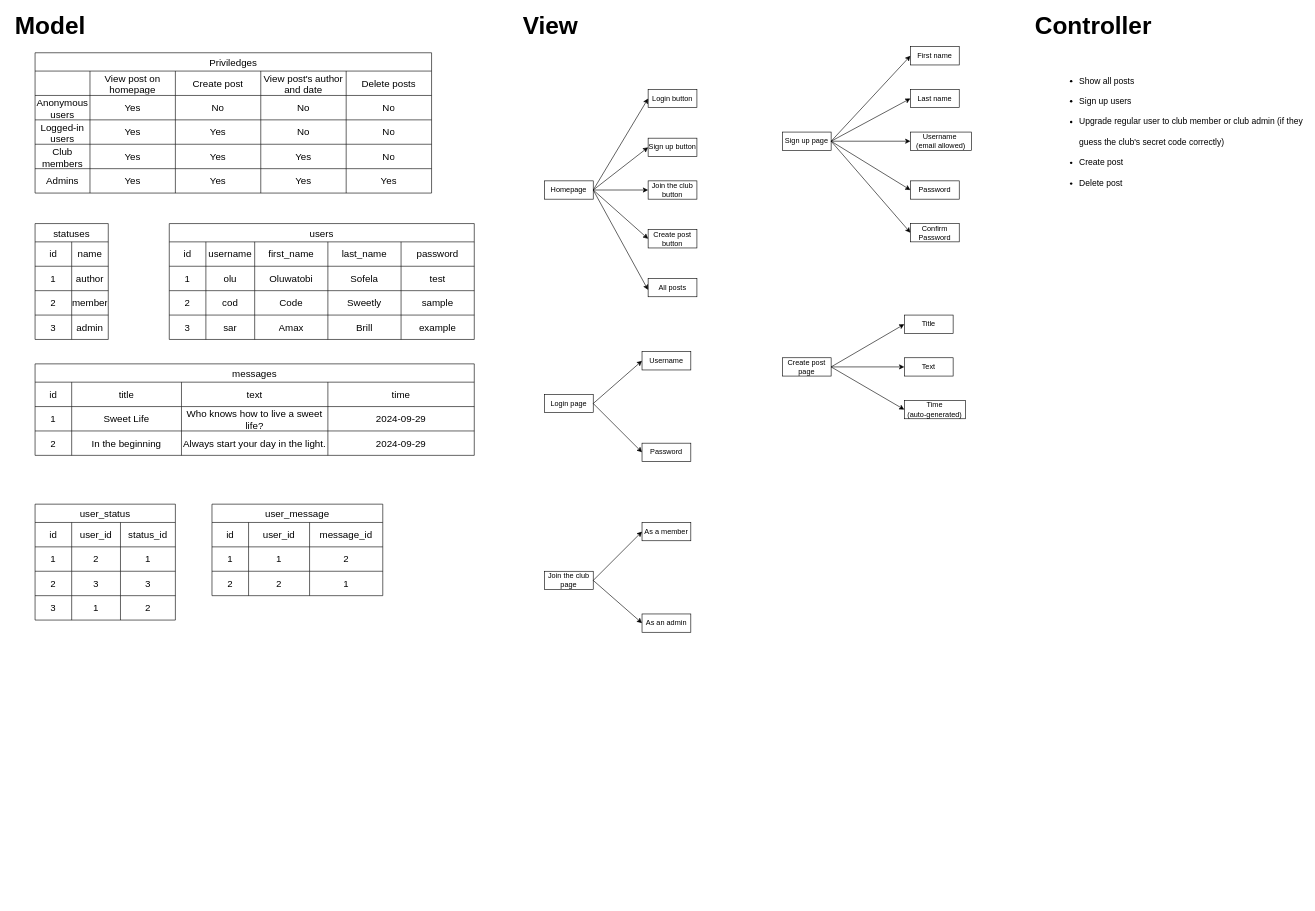
Above: models/wireframe.drawio in oluwatobiss/clubhouse-chats (draw.io), before the change. Source tidied: cells renumbered, new cells numbered last; positions are measured from the earlier drawing's top-left corner, leaving out a move shared by most shapes. Both pictures are drawn from the tidied source at 61%, with x=0, y=0 at pixel (10, 16).
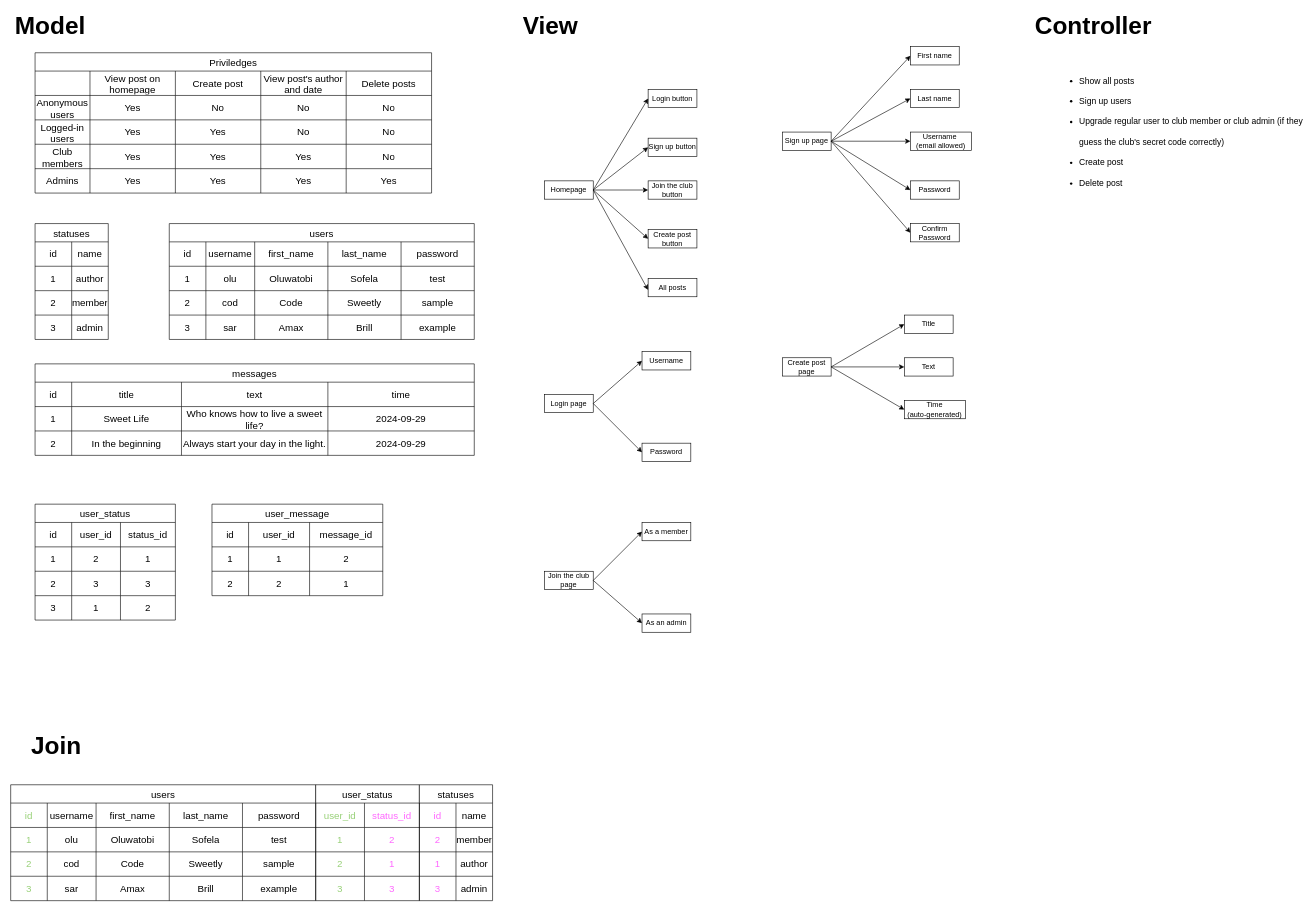
Above is the later version.

Commit message (it also covers changes not shown here):
feat: Use status to determine the nav buttons to display

Change to the diagram source:
```diff
@@
+    <mxCell id="160" value="users" style="shape=table;startSize=30;childLayout=tableLayout;strokeColor=default;fontSize=16;" parent="1" vertex="1">
+      <mxGeometry y="1260" width="500" height="190" as="geometry" />
+    </mxCell>
+    <mxCell id="161" style="shape=tableRow;horizontal=0;startSize=0;swimlaneHead=0;swimlaneBody=0;strokeColor=inherit;top=0;left=0;bottom=0;right=0;fillColor=none;fontSize=16;" parent="160" vertex="1">
+      <mxGeometry y="30" width="500" height="40" as="geometry" />
+    </mxCell>
+    <mxCell id="162" value="id" style="shape=partialRectangle;html=1;whiteSpace=wrap;strokeColor=inherit;overflow=hidden;fillColor=none;top=0;left=0;bottom=0;right=0;fontSize=16;fontColor=#97D077;" parent="161" vertex="1">
+      <mxGeometry width="60" height="40" as="geometry" />
+    </mxCell>
+    <mxCell id="163" value="username" style="shape=partialRectangle;html=1;whiteSpace=wrap;strokeColor=inherit;overflow=hidden;fillColor=none;top=0;left=0;bottom=0;right=0;fontSize=16;" parent="161" vertex="1">
+      <mxGeometry x="60" width="80" height="40" as="geometry" />
+    </mxCell>
+    <mxCell id="164" value="first_name" style="shape=partialRectangle;html=1;whiteSpace=wrap;strokeColor=inherit;overflow=hidden;fillColor=none;top=0;left=0;bottom=0;right=0;fontSize=16;" parent="161" vertex="1">
+      <mxGeometry x="140" width="120" height="40" as="geometry" />
+    </mxCell>
+    <mxCell id="165" value="last_name" style="shape=partialRectangle;html=1;whiteSpace=wrap;strokeColor=inherit;overflow=hidden;fillColor=none;top=0;left=0;bottom=0;right=0;fontSize=16;" parent="161" vertex="1">
+      <mxGeometry x="260" width="120" height="40" as="geometry" />
+    </mxCell>
+    <mxCell id="166" value="password" style="shape=partialRectangle;html=1;whiteSpace=wrap;strokeColor=inherit;overflow=hidden;fillColor=none;top=0;left=0;bottom=0;right=0;fontSize=16;" parent="161" vertex="1">
+      <mxGeometry x="380" width="120" height="40" as="geometry" />
+    </mxCell>
+    <mxCell id="167" style="shape=tableRow;horizontal=0;startSize=0;swimlaneHead=0;swimlaneBody=0;strokeColor=inherit;top=0;left=0;bottom=0;right=0;fillColor=none;fontSize=16;" parent="160" vertex="1">
+      <mxGeometry y="70" width="500" height="40" as="geometry" />
+    </mxCell>
+    <mxCell id="168" value="1" style="shape=partialRectangle;html=1;whiteSpace=wrap;strokeColor=inherit;overflow=hidden;fillColor=none;top=0;left=0;bottom=0;right=0;fontSize=16;fontColor=#97D077;" parent="167" vertex="1">
+      <mxGeometry width="60" height="40" as="geometry" />
+    </mxCell>
+    <mxCell id="169" value="olu" style="shape=partialRectangle;html=1;whiteSpace=wrap;strokeColor=inherit;overflow=hidden;fillColor=none;top=0;left=0;bottom=0;right=0;fontSize=16;" parent="167" vertex="1">
+      <mxGeometry x="60" width="80" height="40" as="geometry" />
+    </mxCell>
+    <mxCell id="170" value="Oluwatobi" style="shape=partialRectangle;html=1;whiteSpace=wrap;strokeColor=inherit;overflow=hidden;fillColor=none;top=0;left=0;bottom=0;right=0;fontSize=16;" parent="167" vertex="1">
+      <mxGeometry x="140" width="120" height="40" as="geometry" />
+    </mxCell>
+    <mxCell id="171" value="Sofela" style="shape=partialRectangle;html=1;whiteSpace=wrap;strokeColor=inherit;overflow=hidden;fillColor=none;top=0;left=0;bottom=0;right=0;fontSize=16;" parent="167" vertex="1">
+      <mxGeometry x="260" width="120" height="40" as="geometry" />
+    </mxCell>
+    <mxCell id="172" value="test" style="shape=partialRectangle;html=1;whiteSpace=wrap;strokeColor=inherit;overflow=hidden;fillColor=none;top=0;left=0;bottom=0;right=0;fontSize=16;" parent="167" vertex="1">
+      <mxGeometry x="380" width="120" height="40" as="geometry" />
+    </mxCell>
+    <mxCell id="173" style="shape=tableRow;horizontal=0;startSize=0;swimlaneHead=0;swimlaneBody=0;strokeColor=inherit;top=0;left=0;bottom=0;right=0;fillColor=none;fontSize=16;" parent="160" vertex="1">
+      <mxGeometry y="110" width="500" height="40" as="geometry" />
+    </mxCell>
+    <mxCell id="174" value="2" style="shape=partialRectangle;html=1;whiteSpace=wrap;strokeColor=inherit;overflow=hidden;fillColor=none;top=0;left=0;bottom=0;right=0;fontSize=16;fontColor=#97D077;" parent="173" vertex="1">
+      <mxGeometry width="60" height="40" as="geometry" />
+    </mxCell>
+    <mxCell id="175" value="cod" style="shape=partialRectangle;html=1;whiteSpace=wrap;strokeColor=inherit;overflow=hidden;fillColor=none;top=0;left=0;bottom=0;right=0;fontSize=16;" parent="173" vertex="1">
+      <mxGeometry x="60" width="80" height="40" as="geometry" />
+    </mxCell>
+    <mxCell id="176" value="Code" style="shape=partialRectangle;html=1;whiteSpace=wrap;strokeColor=inherit;overflow=hidden;fillColor=none;top=0;left=0;bottom=0;right=0;fontSize=16;" parent="173" vertex="1">
+      <mxGeometry x="140" width="120" height="40" as="geometry" />
+    </mxCell>
+    <mxCell id="177" value="Sweetly" style="shape=partialRectangle;html=1;whiteSpace=wrap;strokeColor=inherit;overflow=hidden;fillColor=none;top=0;left=0;bottom=0;right=0;fontSize=16;" parent="173" vertex="1">
+      <mxGeometry x="260" width="120" height="40" as="geometry" />
+    </mxCell>
+    <mxCell id="178" value="sample" style="shape=partialRectangle;html=1;whiteSpace=wrap;strokeColor=inherit;overflow=hidden;fillColor=none;top=0;left=0;bottom=0;right=0;fontSize=16;" parent="173" vertex="1">
+      <mxGeometry x="380" width="120" height="40" as="geometry" />
+    </mxCell>
+    <mxCell id="179" style="shape=tableRow;horizontal=0;startSize=0;swimlaneHead=0;swimlaneBody=0;strokeColor=inherit;top=0;left=0;bottom=0;right=0;fillColor=none;fontSize=16;" parent="160" vertex="1">
+      <mxGeometry y="150" width="500" height="40" as="geometry" />
+    </mxCell>
+    <mxCell id="180" value="3" style="shape=partialRectangle;html=1;whiteSpace=wrap;strokeColor=inherit;overflow=hidden;fillColor=none;top=0;left=0;bottom=0;right=0;fontSize=16;fontColor=#97D077;" parent="179" vertex="1">
+      <mxGeometry width="60" height="40" as="geometry" />
+    </mxCell>
+    <mxCell id="181" value="sar" style="shape=partialRectangle;html=1;whiteSpace=wrap;strokeColor=inherit;overflow=hidden;fillColor=none;top=0;left=0;bottom=0;right=0;fontSize=16;" parent="179" vertex="1">
+      <mxGeometry x="60" width="80" height="40" as="geometry" />
+    </mxCell>
+    <mxCell id="182" value="Amax" style="shape=partialRectangle;html=1;whiteSpace=wrap;strokeColor=inherit;overflow=hidden;fillColor=none;top=0;left=0;bottom=0;right=0;fontSize=16;" parent="179" vertex="1">
+      <mxGeometry x="140" width="120" height="40" as="geometry" />
+    </mxCell>
+    <mxCell id="183" value="Brill" style="shape=partialRectangle;html=1;whiteSpace=wrap;strokeColor=inherit;overflow=hidden;fillColor=none;top=0;left=0;bottom=0;right=0;fontSize=16;" parent="179" vertex="1">
+      <mxGeometry x="260" width="120" height="40" as="geometry" />
+    </mxCell>
+    <mxCell id="184" value="example" style="shape=partialRectangle;html=1;whiteSpace=wrap;strokeColor=inherit;overflow=hidden;fillColor=none;top=0;left=0;bottom=0;right=0;fontSize=16;" parent="179" vertex="1">
+      <mxGeometry x="380" width="120" height="40" as="geometry" />
+    </mxCell>
+    <mxCell id="185" value="user_status" style="shape=table;startSize=30;childLayout=tableLayout;strokeColor=default;fontSize=16;" parent="1" vertex="1">
+      <mxGeometry x="500" y="1260" width="170" height="190" as="geometry" />
+    </mxCell>
+    <mxCell id="186" style="shape=tableRow;horizontal=0;startSize=0;swimlaneHead=0;swimlaneBody=0;strokeColor=inherit;top=0;left=0;bottom=0;right=0;fillColor=none;fontSize=16;" parent="185" vertex="1">
+      <mxGeometry y="30" width="170" height="40" as="geometry" />
+    </mxCell>
+    <mxCell id="187" value="user_id" style="shape=partialRectangle;html=1;whiteSpace=wrap;strokeColor=inherit;overflow=hidden;fillColor=none;top=0;left=0;bottom=0;right=0;fontSize=16;fontColor=#97D077;" parent="186" vertex="1">
+      <mxGeometry width="80" height="40" as="geometry" />
+    </mxCell>
+    <mxCell id="188" value="status_id" style="shape=partialRectangle;html=1;whiteSpace=wrap;strokeColor=inherit;overflow=hidden;fillColor=none;top=0;left=0;bottom=0;right=0;fontSize=16;fontColor=#FF66FF;" parent="186" vertex="1">
+      <mxGeometry x="80" width="90" height="40" as="geometry" />
+    </mxCell>
+    <mxCell id="189" style="shape=tableRow;horizontal=0;startSize=0;swimlaneHead=0;swimlaneBody=0;strokeColor=inherit;top=0;left=0;bottom=0;right=0;fillColor=none;fontSize=16;" parent="185" vertex="1">
+      <mxGeometry y="70" width="170" height="40" as="geometry" />
+    </mxCell>
+    <mxCell id="190" value="1" style="shape=partialRectangle;html=1;whiteSpace=wrap;strokeColor=inherit;overflow=hidden;fillColor=none;top=0;left=0;bottom=0;right=0;fontSize=16;fontColor=#97D077;" parent="189" vertex="1">
+      <mxGeometry width="80" height="40" as="geometry" />
+    </mxCell>
+    <mxCell id="191" value="2" style="shape=partialRectangle;html=1;whiteSpace=wrap;strokeColor=inherit;overflow=hidden;fillColor=none;top=0;left=0;bottom=0;right=0;fontSize=16;fontColor=#FF66FF;" parent="189" vertex="1">
+      <mxGeometry x="80" width="90" height="40" as="geometry" />
+    </mxCell>
+    <mxCell id="192" style="shape=tableRow;horizontal=0;startSize=0;swimlaneHead=0;swimlaneBody=0;strokeColor=inherit;top=0;left=0;bottom=0;right=0;fillColor=none;fontSize=16;" parent="185" vertex="1">
+      <mxGeometry y="110" width="170" height="40" as="geometry" />
+    </mxCell>
+    <mxCell id="193" value="2" style="shape=partialRectangle;html=1;whiteSpace=wrap;strokeColor=inherit;overflow=hidden;fillColor=none;top=0;left=0;bottom=0;right=0;fontSize=16;fontColor=#97D077;" parent="192" vertex="1">
+      <mxGeometry width="80" height="40" as="geometry" />
+    </mxCell>
+    <mxCell id="194" value="1" style="shape=partialRectangle;html=1;whiteSpace=wrap;strokeColor=inherit;overflow=hidden;fillColor=none;top=0;left=0;bottom=0;right=0;fontSize=16;fontColor=#FF66FF;" parent="192" vertex="1">
+      <mxGeometry x="80" width="90" height="40" as="geometry" />
+    </mxCell>
+    <mxCell id="195" style="shape=tableRow;horizontal=0;startSize=0;swimlaneHead=0;swimlaneBody=0;strokeColor=inherit;top=0;left=0;bottom=0;right=0;fillColor=none;fontSize=16;" parent="185" vertex="1">
+      <mxGeometry y="150" width="170" height="40" as="geometry" />
+    </mxCell>
+    <mxCell id="196" value="3" style="shape=partialRectangle;html=1;whiteSpace=wrap;strokeColor=inherit;overflow=hidden;fillColor=none;top=0;left=0;bottom=0;right=0;fontSize=16;fontColor=#97D077;" parent="195" vertex="1">
+      <mxGeometry width="80" height="40" as="geometry" />
+    </mxCell>
+    <mxCell id="197" value="3" style="shape=partialRectangle;html=1;whiteSpace=wrap;strokeColor=inherit;overflow=hidden;fillColor=none;top=0;left=0;bottom=0;right=0;fontSize=16;fontColor=#FF66FF;" parent="195" vertex="1">
+      <mxGeometry x="80" width="90" height="40" as="geometry" />
+    </mxCell>
+    <mxCell id="198" value="statuses" style="shape=table;startSize=30;childLayout=tableLayout;strokeColor=default;fontSize=16;" parent="1" vertex="1">
+      <mxGeometry x="670" y="1260" width="120" height="190" as="geometry" />
+    </mxCell>
+    <mxCell id="199" style="shape=tableRow;horizontal=0;startSize=0;swimlaneHead=0;swimlaneBody=0;strokeColor=inherit;top=0;left=0;bottom=0;right=0;fillColor=none;fontSize=16;" parent="198" vertex="1">
+      <mxGeometry y="30" width="120" height="40" as="geometry" />
+    </mxCell>
+    <mxCell id="200" value="id" style="shape=partialRectangle;html=1;whiteSpace=wrap;strokeColor=inherit;overflow=hidden;fillColor=none;top=0;left=0;bottom=0;right=0;fontSize=16;fontColor=#FF66FF;" parent="199" vertex="1">
+      <mxGeometry width="60" height="40" as="geometry" />
+    </mxCell>
+    <mxCell id="201" value="name" style="shape=partialRectangle;html=1;whiteSpace=wrap;strokeColor=inherit;overflow=hidden;fillColor=none;top=0;left=0;bottom=0;right=0;fontSize=16;" parent="199" vertex="1">
+      <mxGeometry x="60" width="60" height="40" as="geometry" />
+    </mxCell>
+    <mxCell id="202" style="shape=tableRow;horizontal=0;startSize=0;swimlaneHead=0;swimlaneBody=0;strokeColor=inherit;top=0;left=0;bottom=0;right=0;fillColor=none;fontSize=16;" parent="198" vertex="1">
+      <mxGeometry y="70" width="120" height="40" as="geometry" />
+    </mxCell>
+    <mxCell id="203" value="2" style="shape=partialRectangle;html=1;whiteSpace=wrap;strokeColor=inherit;overflow=hidden;fillColor=none;top=0;left=0;bottom=0;right=0;fontSize=16;fontColor=#FF66FF;" parent="202" vertex="1">
+      <mxGeometry width="60" height="40" as="geometry" />
+    </mxCell>
+    <mxCell id="204" value="member" style="shape=partialRectangle;html=1;whiteSpace=wrap;strokeColor=inherit;overflow=hidden;fillColor=none;top=0;left=0;bottom=0;right=0;fontSize=16;" parent="202" vertex="1">
+      <mxGeometry x="60" width="60" height="40" as="geometry" />
+    </mxCell>
+    <mxCell id="205" style="shape=tableRow;horizontal=0;startSize=0;swimlaneHead=0;swimlaneBody=0;strokeColor=inherit;top=0;left=0;bottom=0;right=0;fillColor=none;fontSize=16;" parent="198" vertex="1">
+      <mxGeometry y="110" width="120" height="40" as="geometry" />
+    </mxCell>
+    <mxCell id="206" value="1" style="shape=partialRectangle;html=1;whiteSpace=wrap;strokeColor=inherit;overflow=hidden;fillColor=none;top=0;left=0;bottom=0;right=0;fontSize=16;fontColor=#FF66FF;" parent="205" vertex="1">
+      <mxGeometry width="60" height="40" as="geometry" />
+    </mxCell>
+    <mxCell id="207" value="author" style="shape=partialRectangle;html=1;whiteSpace=wrap;strokeColor=inherit;overflow=hidden;fillColor=none;top=0;left=0;bottom=0;right=0;fontSize=16;" parent="205" vertex="1">
+      <mxGeometry x="60" width="60" height="40" as="geometry" />
+    </mxCell>
+    <mxCell id="208" style="shape=tableRow;horizontal=0;startSize=0;swimlaneHead=0;swimlaneBody=0;strokeColor=inherit;top=0;left=0;bottom=0;right=0;fillColor=none;fontSize=16;" parent="198" vertex="1">
+      <mxGeometry y="150" width="120" height="40" as="geometry" />
+    </mxCell>
+    <mxCell id="209" value="3" style="shape=partialRectangle;html=1;whiteSpace=wrap;strokeColor=inherit;overflow=hidden;fillColor=none;top=0;left=0;bottom=0;right=0;fontSize=16;fontColor=#FF66FF;" parent="208" vertex="1">
+      <mxGeometry width="60" height="40" as="geometry" />
+    </mxCell>
+    <mxCell id="210" value="admin" style="shape=partialRectangle;html=1;whiteSpace=wrap;strokeColor=inherit;overflow=hidden;fillColor=none;top=0;left=0;bottom=0;right=0;fontSize=16;" parent="208" vertex="1">
+      <mxGeometry x="60" width="60" height="40" as="geometry" />
+    </mxCell>
+    <mxCell id="211" value="Join" style="text;html=1;align=center;verticalAlign=middle;whiteSpace=wrap;rounded=0;fontStyle=1;fontSize=40;" parent="1" vertex="1">
+      <mxGeometry x="10" y="1180" width="130" height="30" as="geometry" />
+    </mxCell>
```
